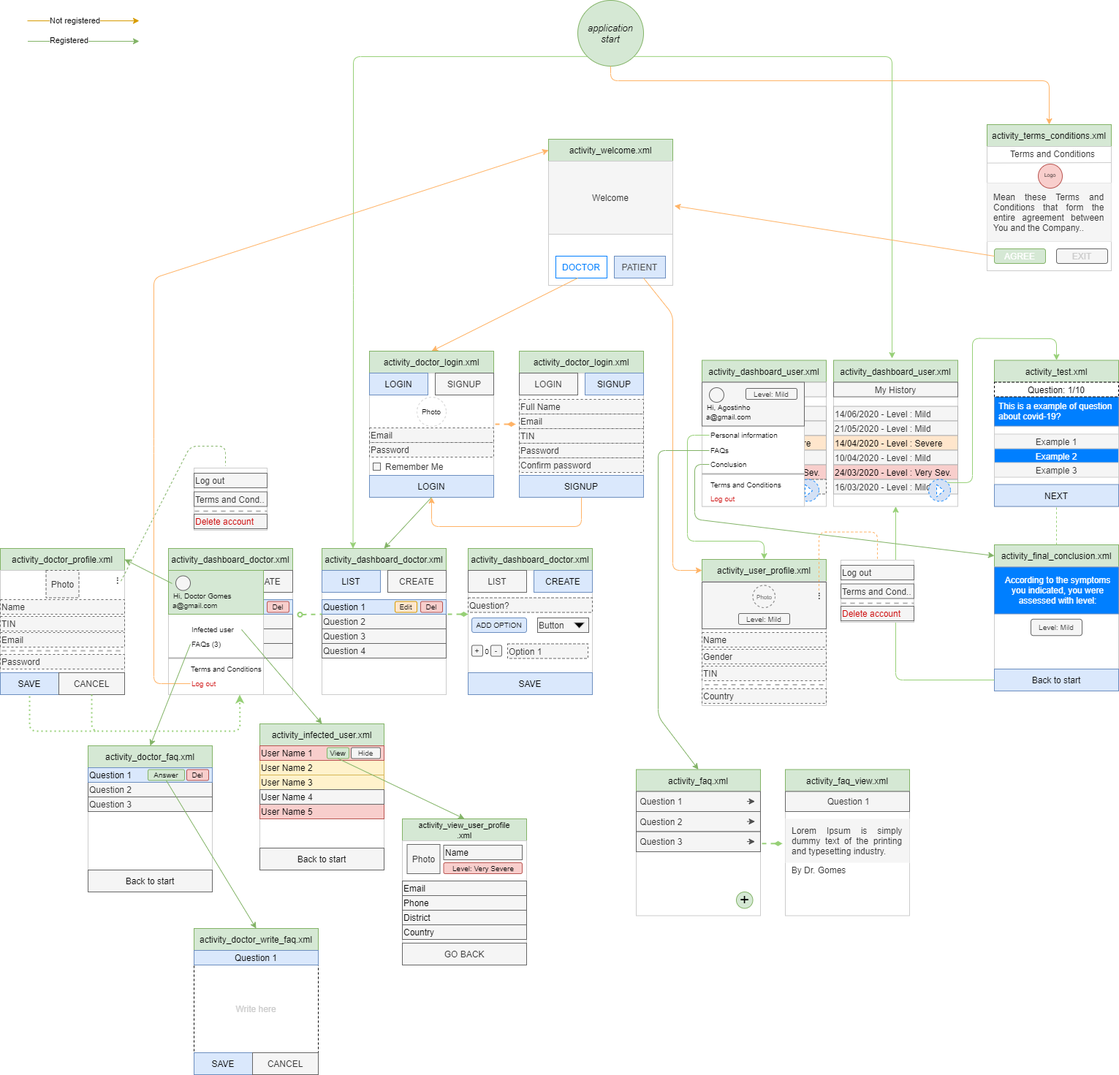
Before: documentation/draw-nav_activity.png, a diagram exported from draw.io (agostinhoramos/Testing_COVID_19). Source tidied: cells renumbered, new cells last; positions are measured from the earlier drawing's top-left corner, leaving out a move shared by most shapes.
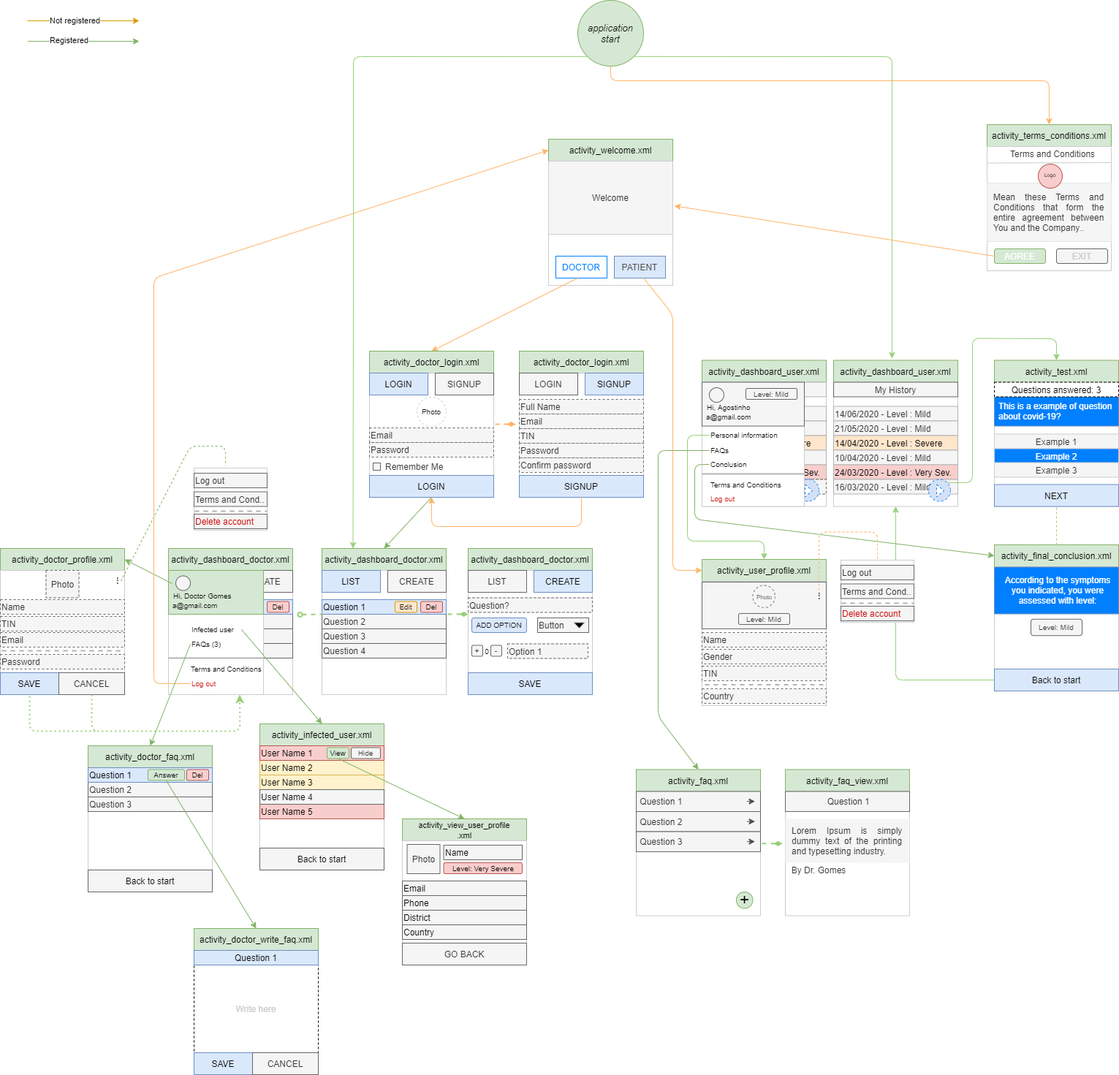
After the change.

Diff of the diagram source:
```diff
@@ -512,7 +512,7 @@
     <mxCell id="150" value="NEXT" style="rounded=0;whiteSpace=wrap;html=1;fillColor=#dae8fc;strokeColor=#6c8ebf;" parent="1" vertex="1">
       <mxGeometry x="1360" y="662.5" width="170" height="30" as="geometry" />
     </mxCell>
-    <mxCell id="151" value="Question: 1/10" style="rounded=0;whiteSpace=wrap;html=1;align=center;dashed=1;" parent="1" vertex="1">
+    <mxCell id="151" value="Questions answered: 3" style="rounded=0;whiteSpace=wrap;html=1;align=center;dashed=1;" parent="1" vertex="1">
       <mxGeometry x="1360" y="522.5" width="170" height="20" as="geometry" />
     </mxCell>
     <mxCell id="152" value="Example 1" style="rounded=0;whiteSpace=wrap;html=1;fillColor=#f5f5f5;fontColor=#333333;align=center;strokeColor=#CCCCCC;" parent="1" vertex="1">
```
